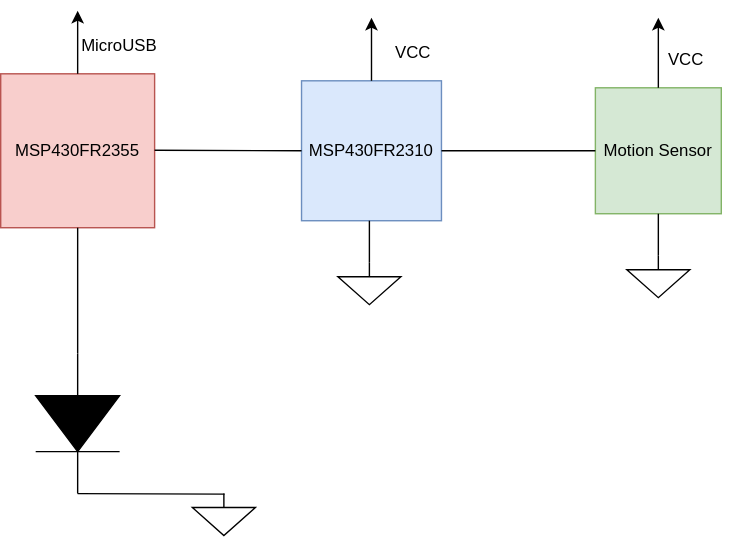
Above: docs/planning/Final-CircuitDiagram.drawio.svg in msu-eele-465/final-project-lukej267 (draw.io), before the change. Source tidied: cells renumbered, new cells last; positions are measured from the earlier drawing's top-left corner, leaving out a move shared by most shapes. The source it was exported from:
```xml
<mxGraphModel>
  <root>
    <mxCell id="0" />
    <mxCell id="1" parent="0" />
    <mxCell id="2" value="MSP430FR2355" style="whiteSpace=wrap;html=1;fillColor=#f8cecc;strokeColor=#b85450;" parent="1" vertex="1">
      <mxGeometry y="45" width="110" height="110" as="geometry" />
    </mxCell>
    <mxCell id="3" value="MSP430FR2310" style="whiteSpace=wrap;html=1;fillColor=#dae8fc;strokeColor=#6c8ebf;" parent="1" vertex="1">
      <mxGeometry x="215" y="50" width="100" height="100" as="geometry" />
    </mxCell>
    <mxCell id="4" value="Motion Sensor" style="whiteSpace=wrap;html=1;fillColor=#d5e8d4;strokeColor=#82b366;" parent="1" vertex="1">
      <mxGeometry x="425" y="55" width="90" height="90" as="geometry" />
    </mxCell>
    <mxCell id="5" style="endArrow=none;html=1;rounded=0;entryX=0;entryY=0.5;entryDx=0;entryDy=0;exitX=1;exitY=0.5;exitDx=0;exitDy=0;" parent="1" edge="1" source="3" target="4">
      <mxGeometry relative="1" as="geometry" />
    </mxCell>
    <mxCell id="6" style="endArrow=classic;html=1;rounded=0;exitX=0.5;exitY=0;exitDx=0;exitDy=0;" parent="1" edge="1" source="4">
      <mxGeometry relative="1" as="geometry">
        <mxPoint x="470" y="5" as="targetPoint" />
      </mxGeometry>
    </mxCell>
    <mxCell id="7" value="VCC" style="text;html=1;align=center;verticalAlign=middle;whiteSpace=wrap;rounded=0;" parent="1" vertex="1">
      <mxGeometry x="460" y="20" width="60" height="30" as="geometry" />
    </mxCell>
    <mxCell id="8" style="verticalLabelPosition=bottom;shadow=0;dashed=0;align=center;html=1;verticalAlign=top;shape=mxgraph.electrical.signal_sources.signal_ground;" parent="1" vertex="1">
      <mxGeometry x="447.5" y="175" width="45" height="30" as="geometry" />
    </mxCell>
    <mxCell id="9" style="endArrow=none;html=1;rounded=0;exitX=0.5;exitY=0;exitDx=0;exitDy=0;exitPerimeter=0;entryX=0.5;entryY=1;entryDx=0;entryDy=0;" parent="1" edge="1" source="8" target="4">
      <mxGeometry relative="1" as="geometry" />
    </mxCell>
    <mxCell id="10" style="endArrow=classic;html=1;rounded=0;exitX=0.5;exitY=0;exitDx=0;exitDy=0;" parent="1" edge="1" source="3">
      <mxGeometry relative="1" as="geometry">
        <mxPoint x="265" y="5" as="targetPoint" />
      </mxGeometry>
    </mxCell>
    <mxCell id="11" value="VCC" style="text;html=1;align=center;verticalAlign=middle;whiteSpace=wrap;rounded=0;" parent="1" vertex="1">
      <mxGeometry x="265" y="15" width="60" height="30" as="geometry" />
    </mxCell>
    <mxCell id="12" style="verticalLabelPosition=bottom;shadow=0;dashed=0;align=center;html=1;verticalAlign=top;shape=mxgraph.electrical.signal_sources.signal_ground;" parent="1" vertex="1">
      <mxGeometry x="241" y="180" width="45" height="30" as="geometry" />
    </mxCell>
    <mxCell id="13" style="endArrow=none;html=1;rounded=0;exitX=0.5;exitY=0;exitDx=0;exitDy=0;exitPerimeter=0;entryX=0.5;entryY=1;entryDx=0;entryDy=0;" parent="1" edge="1" source="12">
      <mxGeometry relative="1" as="geometry">
        <mxPoint x="263.5" y="150" as="targetPoint" />
      </mxGeometry>
    </mxCell>
    <mxCell id="14" style="endArrow=none;html=1;rounded=0;exitX=1;exitY=0.5;exitDx=0;exitDy=0;entryX=0;entryY=0.5;entryDx=0;entryDy=0;" parent="1" edge="1" target="3">
      <mxGeometry relative="1" as="geometry">
        <mxPoint x="110" y="99.6" as="sourcePoint" />
      </mxGeometry>
    </mxCell>
    <mxCell id="15" style="endArrow=classic;html=1;rounded=0;exitX=0.5;exitY=0;exitDx=0;exitDy=0;" parent="1" edge="1">
      <mxGeometry relative="1" as="geometry">
        <mxPoint x="55" y="45" as="sourcePoint" />
        <mxPoint x="55" as="targetPoint" />
      </mxGeometry>
    </mxCell>
    <mxCell id="16" value="MicroUSB" style="text;html=1;align=center;verticalAlign=middle;whiteSpace=wrap;rounded=0;" parent="1" vertex="1">
      <mxGeometry x="55" y="10" width="60" height="30" as="geometry" />
    </mxCell>
    <mxCell id="17" style="endArrow=none;html=1;rounded=0;exitX=0.5;exitY=1;exitDx=0;exitDy=0;entryX=0;entryY=0.5;entryDx=0;entryDy=0;entryPerimeter=0;" parent="1" edge="1" source="2" target="18">
      <mxGeometry relative="1" as="geometry" />
    </mxCell>
    <mxCell id="18" style="fillColor=strokeColor;verticalLabelPosition=bottom;shadow=0;dashed=0;align=center;html=1;verticalAlign=top;shape=mxgraph.electrical.diodes.diode;direction=south;" parent="1" vertex="1">
      <mxGeometry x="25" y="245" width="60" height="100" as="geometry" />
    </mxCell>
    <mxCell id="19" style="verticalLabelPosition=bottom;shadow=0;dashed=0;align=center;html=1;verticalAlign=top;shape=mxgraph.electrical.signal_sources.signal_ground;" parent="1" vertex="1">
      <mxGeometry x="137" y="345" width="45" height="30" as="geometry" />
    </mxCell>
    <mxCell id="20" style="endArrow=none;html=1;rounded=0;exitX=1;exitY=0.5;exitDx=0;exitDy=0;entryX=0;entryY=0.5;entryDx=0;entryDy=0;" parent="1" edge="1">
      <mxGeometry relative="1" as="geometry">
        <mxPoint x="55" y="345" as="sourcePoint" />
        <mxPoint x="160" y="345.4" as="targetPoint" />
      </mxGeometry>
    </mxCell>
  </root>
</mxGraphModel>
```
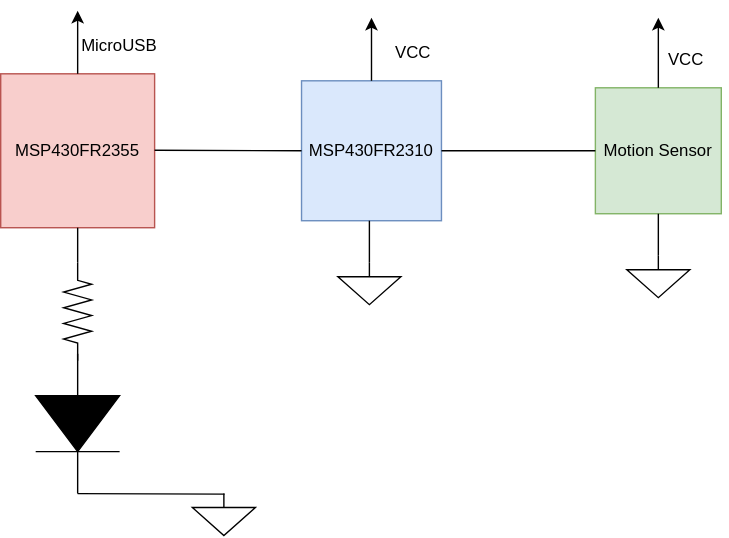
After the commit.

Commit message:
added a resistor for LED in diagram

Diff of the diagram source:
```diff
@@ -58,7 +58,7 @@
     <mxCell id="16" value="MicroUSB" style="text;html=1;align=center;verticalAlign=middle;whiteSpace=wrap;rounded=0;" parent="1" vertex="1">
       <mxGeometry x="55" y="10" width="60" height="30" as="geometry" />
     </mxCell>
-    <mxCell id="17" style="endArrow=none;html=1;rounded=0;exitX=0.5;exitY=1;exitDx=0;exitDy=0;entryX=0;entryY=0.5;entryDx=0;entryDy=0;entryPerimeter=0;" parent="1" edge="1" source="2" target="18">
+    <mxCell id="17" style="endArrow=none;html=1;rounded=0;exitX=0.5;exitY=1;exitDx=0;exitDy=0;" parent="1" edge="1" source="2" target="21">
       <mxGeometry relative="1" as="geometry" />
     </mxCell>
     <mxCell id="18" style="fillColor=strokeColor;verticalLabelPosition=bottom;shadow=0;dashed=0;align=center;html=1;verticalAlign=top;shape=mxgraph.electrical.diodes.diode;direction=south;" parent="1" vertex="1">
@@ -73,5 +73,8 @@
         <mxPoint x="160" y="345.4" as="targetPoint" />
       </mxGeometry>
     </mxCell>
+    <mxCell id="21" style="verticalLabelPosition=bottom;shadow=0;dashed=0;align=center;html=1;verticalAlign=top;shape=mxgraph.electrical.resistors.resistor_2;direction=south;" parent="1" vertex="1">
+      <mxGeometry x="45" y="180" width="20" height="70" as="geometry" />
+    </mxCell>
   </root>
 </mxGraphModel>
```
